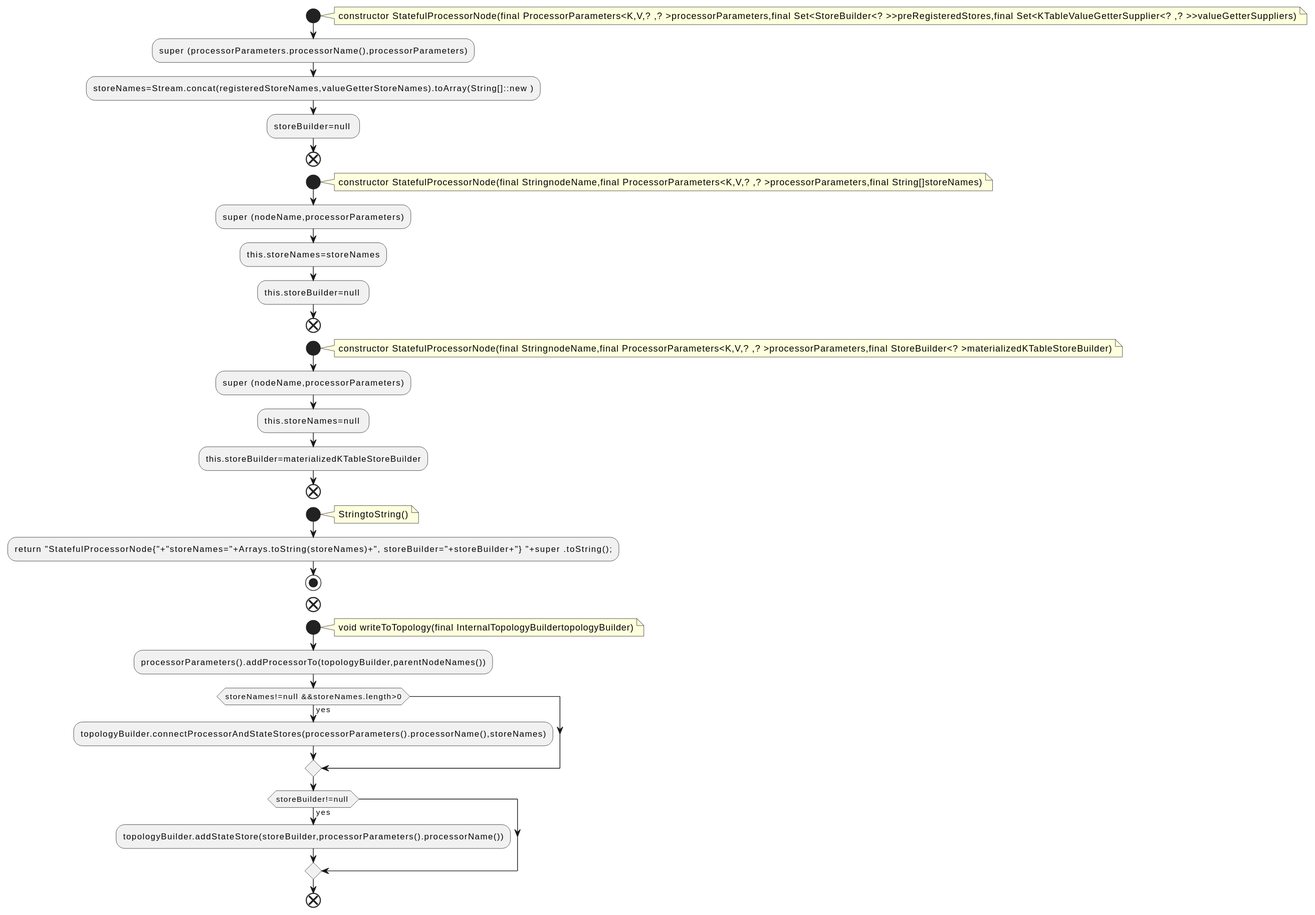
Before: docs/qc/streams/src/main/java/org/apache/kafka/streams/kstream/internals/graph/StatefulProcessorNode.java.fct.svg, a diagram exported from PlantUML (qualitesys/kafka).
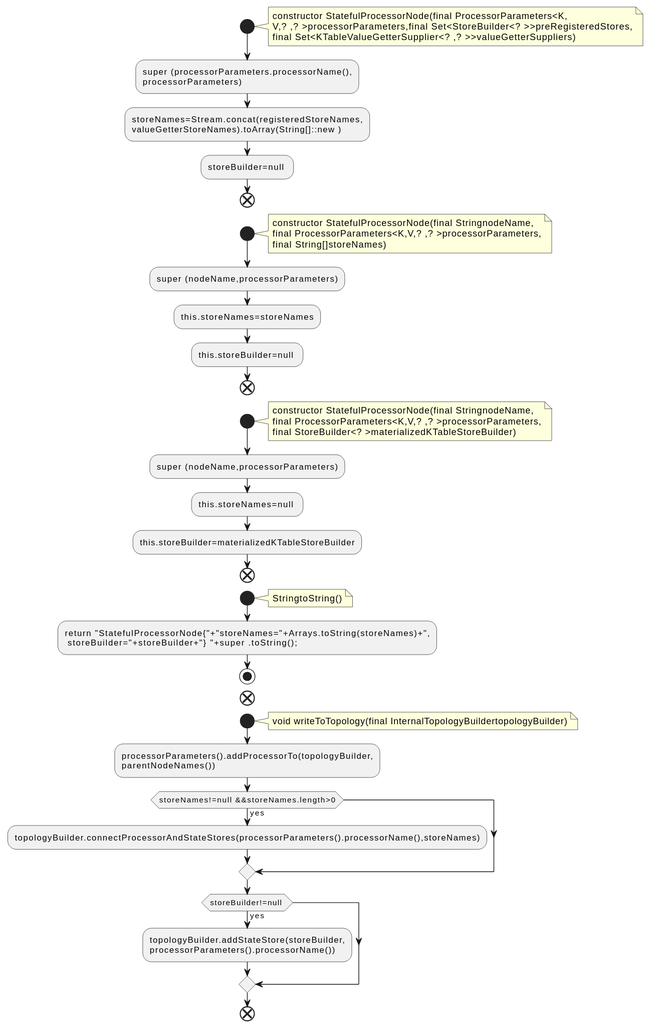
The same file after the commit.

What changed in the source:
```diff
@@ -2,15 +2,21 @@
 !pragma layout smetana
 start
 note right
-constructor StatefulProcessorNode(final ProcessorParameters<K,V,? ,? >processorParameters,final Set<StoreBuilder<? >>preRegisteredStores,final Set<KTableValueGetterSupplier<? ,? >>valueGetterSuppliers)
+constructor StatefulProcessorNode(final ProcessorParameters<K,
+V,? ,? >processorParameters,final Set<StoreBuilder<? >>preRegisteredStores,
+final Set<KTableValueGetterSupplier<? ,? >>valueGetterSuppliers)
 end note
-:super (processorParameters.processorName(),processorParameters);
-:storeNames=Stream.concat(registeredStoreNames,valueGetterStoreNames).toArray(String[]::new );
+:super (processorParameters.processorName(),
+processorParameters);
+:storeNames=Stream.concat(registeredStoreNames,
+valueGetterStoreNames).toArray(String[]::new );
 :storeBuilder=null ;
 end
 start
 note right
-constructor StatefulProcessorNode(final StringnodeName,final ProcessorParameters<K,V,? ,? >processorParameters,final String[]storeNames)
+constructor StatefulProcessorNode(final StringnodeName,
+final ProcessorParameters<K,V,? ,? >processorParameters,
+final String[]storeNames)
 end note
 :super (nodeName,processorParameters);
 :this.storeNames=storeNames;
@@ -18,7 +24,9 @@
 end
 start
 note right
-constructor StatefulProcessorNode(final StringnodeName,final ProcessorParameters<K,V,? ,? >processorParameters,final StoreBuilder<? >materializedKTableStoreBuilder)
+constructor StatefulProcessorNode(final StringnodeName,
+final ProcessorParameters<K,V,? ,? >processorParameters,
+final StoreBuilder<? >materializedKTableStoreBuilder)
 end note
 :super (nodeName,processorParameters);
 :this.storeNames=null ;
@@ -28,19 +36,22 @@
 note right
 StringtoString()
 end note
-:return "StatefulProcessorNode{"+"storeNames="+Arrays.toString(storeNames)+", storeBuilder="+storeBuilder+"} "+super .toString();;
+:return "StatefulProcessorNode{"+"storeNames="+Arrays.toString(storeNames)+",
+ storeBuilder="+storeBuilder+"} "+super .toString();;
 stop
 end
 start
 note right
 void writeToTopology(final InternalTopologyBuildertopologyBuilder)
 end note
-:processorParameters().addProcessorTo(topologyBuilder,parentNodeNames());
+:processorParameters().addProcessorTo(topologyBuilder,
+parentNodeNames());
 if (storeNames!=null &&storeNames.length>0) then (yes)
 :topologyBuilder.connectProcessorAndStateStores(processorParameters().processorName(),storeNames);
 endif
 if (storeBuilder!=null ) then (yes)
-:topologyBuilder.addStateStore(storeBuilder,processorParameters().processorName());
+:topologyBuilder.addStateStore(storeBuilder,
+processorParameters().processorName());
 endif
 end
 @enduml
```
